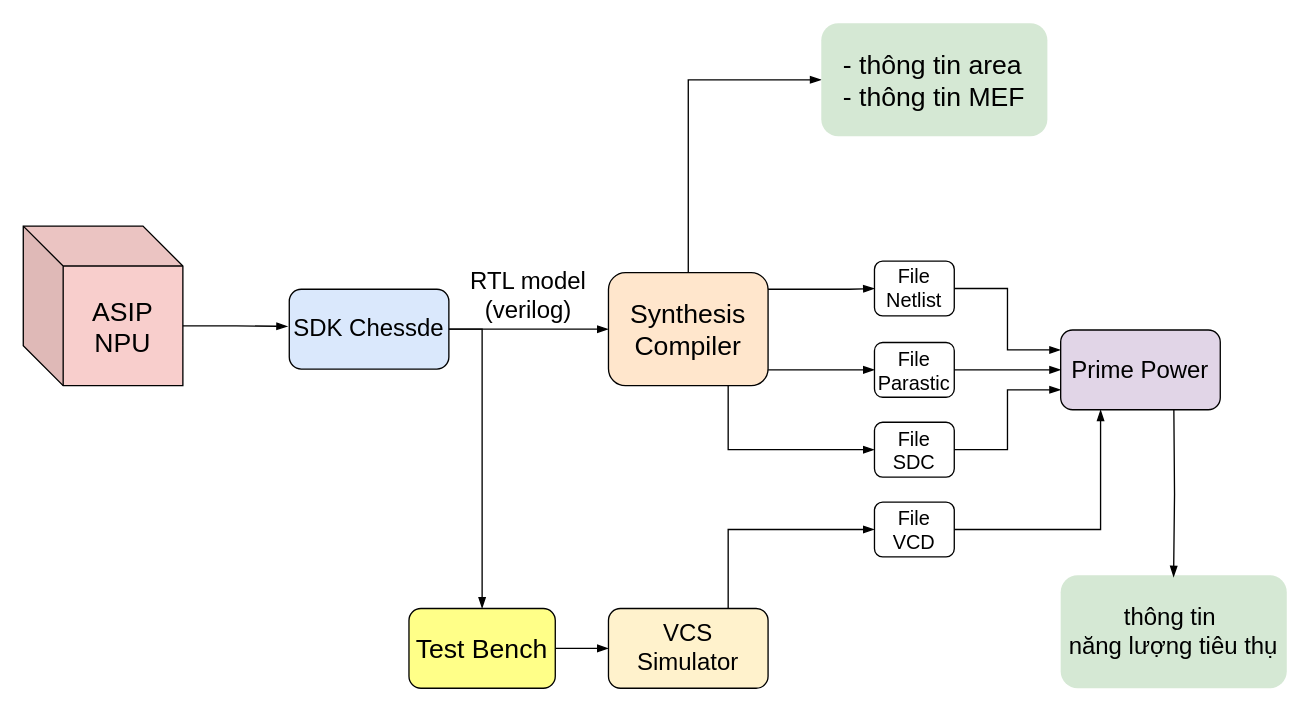
Earlier version of the draw.io diagram page "Page-1" (1 of 3) of Synthesis.drawio (hoangtv2000/document-collection). Source tidied: cells renumbered, new cells numbered last; positions are measured from the earlier drawing's top-left corner, leaving out a move shared by most shapes. Both pictures are drawn from the tidied source at 133%, with x=0, y=0 at pixel (23, 23).
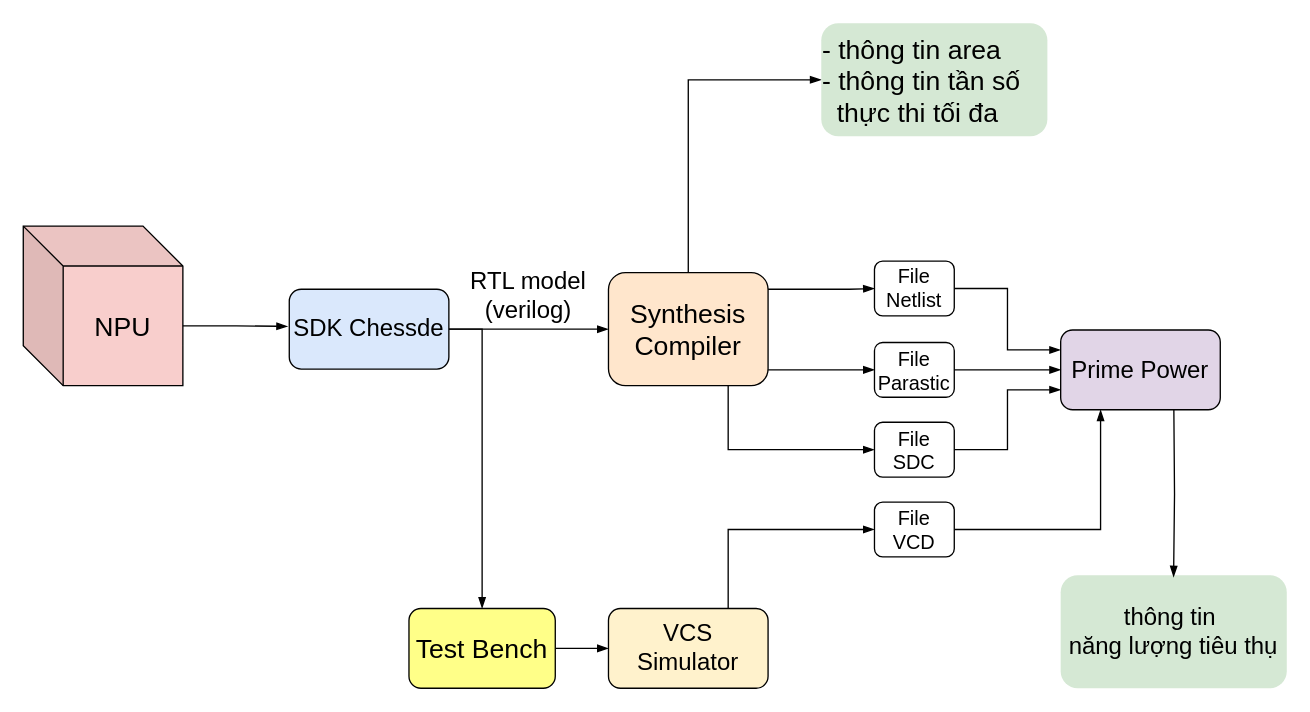
The same page after the edit.

What changed in the source:
```diff
@@
-    <mxCell id="2" value="&lt;span style=&quot;font-size: 20px;&quot;&gt;ASIP&lt;/span&gt;&lt;div&gt;&lt;span style=&quot;font-size: 20px;&quot;&gt;NPU&lt;/span&gt;&lt;/div&gt;" style="shape=cube;whiteSpace=wrap;html=1;boundedLbl=1;backgroundOutline=1;darkOpacity=0.05;darkOpacity2=0.1;size=30;fillColor=#f8cecc;strokeColor=default;" parent="1" vertex="1">
+    <mxCell id="2" value="&lt;span style=&quot;font-size: 20px;&quot;&gt;NPU&lt;/span&gt;" style="shape=cube;whiteSpace=wrap;html=1;boundedLbl=1;backgroundOutline=1;darkOpacity=0.05;darkOpacity2=0.1;size=30;fillColor=#f8cecc;strokeColor=default;" parent="1" vertex="1">
       <mxGeometry y="152.5" width="120" height="120" as="geometry" />
     </mxCell>
@@
-    <mxCell id="13" value="&lt;div style=&quot;text-align: left;&quot;&gt;&lt;span style=&quot;background-color: initial; font-size: 20px;&quot;&gt;- thông tin area&lt;/span&gt;&lt;br&gt;&lt;span style=&quot;background-color: initial; font-size: 20px;&quot;&gt;- thông tin MEF&lt;/span&gt;&lt;br&gt;&lt;/div&gt;" style="rounded=1;whiteSpace=wrap;html=1;fillColor=#d5e8d4;strokeColor=none;" parent="1" vertex="1">
+    <mxCell id="13" value="&lt;div style=&quot;text-align: left;&quot;&gt;&lt;span style=&quot;background-color: initial; font-size: 20px;&quot;&gt;- thông tin area&lt;/span&gt;&lt;br&gt;&lt;span style=&quot;background-color: initial; font-size: 20px;&quot;&gt;- thông tin tần số&amp;nbsp; &amp;nbsp; &amp;nbsp; thực thi tối đa&lt;/span&gt;&lt;br&gt;&lt;/div&gt;" style="rounded=1;whiteSpace=wrap;html=1;fillColor=#d5e8d4;strokeColor=none;" parent="1" vertex="1">
       <mxGeometry x="600" width="170" height="85" as="geometry" />
     </mxCell>
```
